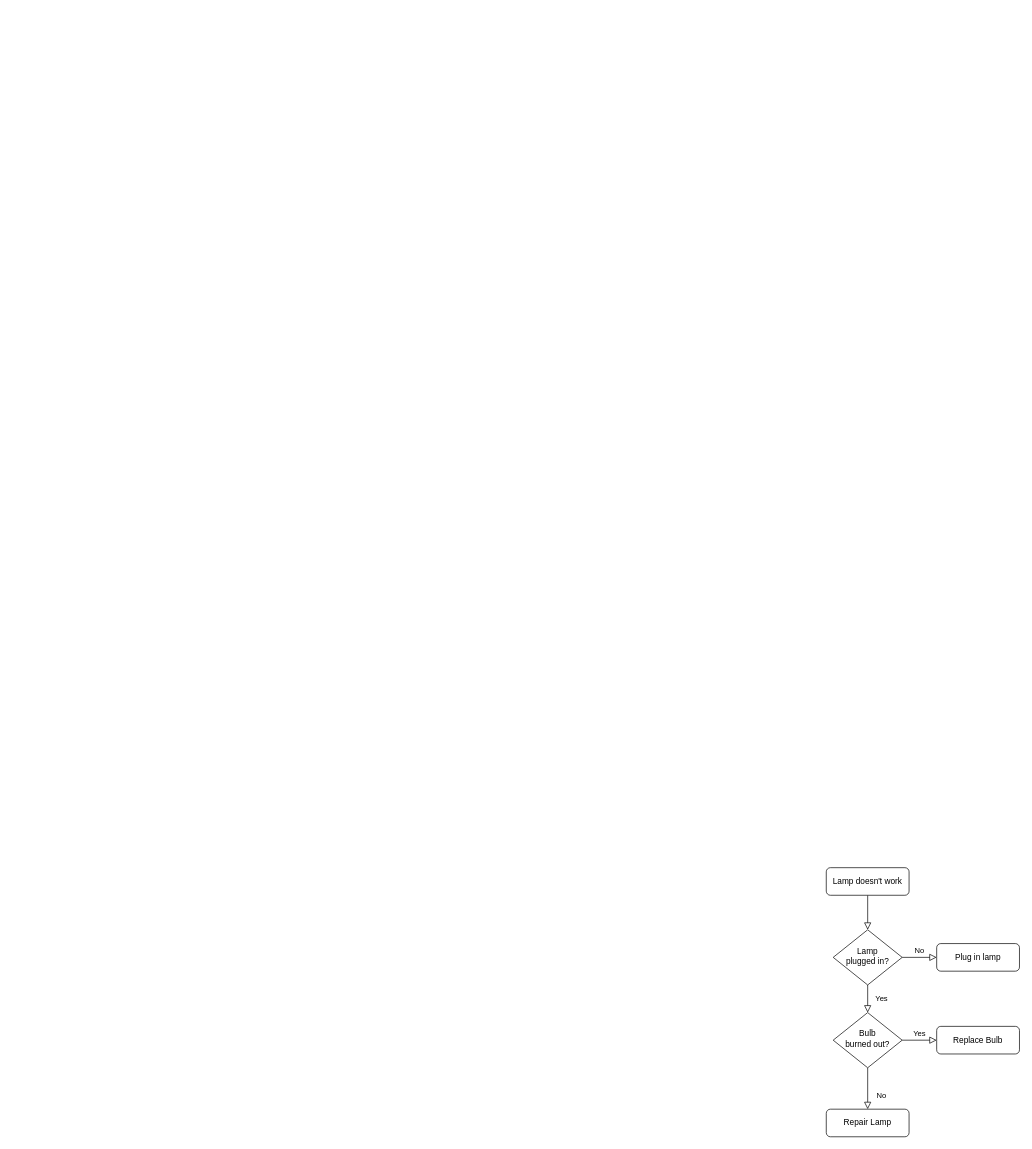
Earlier version of the draw.io diagram 未命名绘图.drawio (58social/tools). Source tidied: cells renumbered, new cells numbered last; positions are measured from the earlier drawing's top-left corner, leaving out a move shared by most shapes. Both pictures are drawn from the tidied source at 69%, with x=0, y=0 at pixel (826, 867).
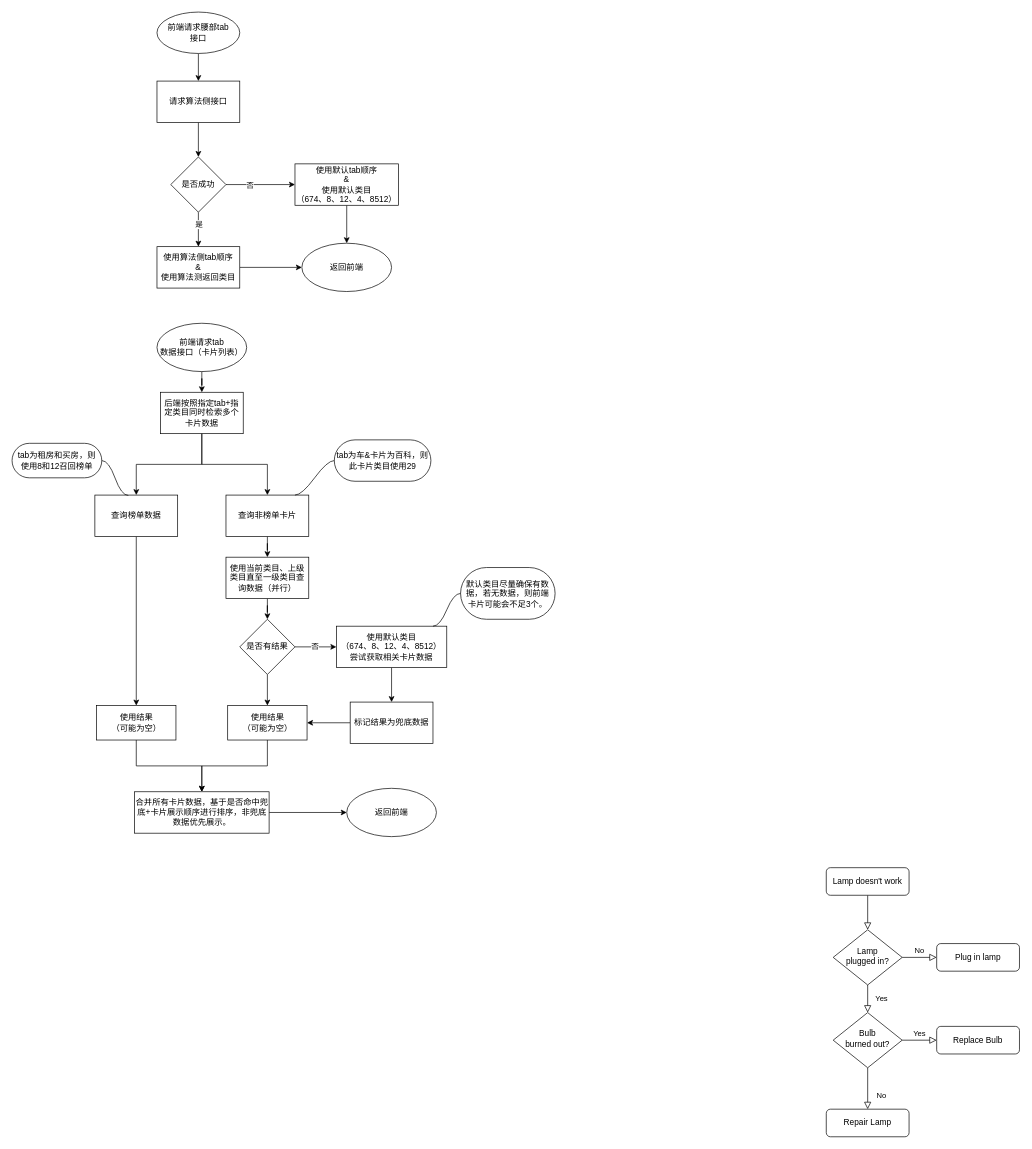
The same diagram, later.

Commit message (it also covers changes not shown here):
更新未命名绘图.drawio

The edit, as a diff of the source:
```diff
@@
+    <mxCell id="13" style="edgeStyle=orthogonalEdgeStyle;rounded=0;jettySize=auto;html=1;" parent="1" edge="1" source="14" target="16">
+      <mxGeometry relative="1" as="geometry" />
+    </mxCell>
+    <mxCell id="14" value="前端请求腰部tab&lt;div&gt;接口&lt;/div&gt;" style="ellipse;whiteSpace=wrap;html=1;" parent="1" vertex="1">
+      <mxGeometry x="-970" y="-1240" width="120" height="60" as="geometry" />
+    </mxCell>
+    <mxCell id="15" style="edgeStyle=orthogonalEdgeStyle;rounded=0;jettySize=auto;html=1;" parent="1" edge="1" source="16" target="21">
+      <mxGeometry relative="1" as="geometry" />
+    </mxCell>
+    <mxCell id="16" value="请求算法侧接口" style="rounded=0;whiteSpace=wrap;html=1;" parent="1" vertex="1">
+      <mxGeometry x="-970" y="-1140" width="120" height="60" as="geometry" />
+    </mxCell>
+    <mxCell id="17" style="edgeStyle=orthogonalEdgeStyle;rounded=0;jettySize=auto;html=1;" parent="1" edge="1" source="21" target="23">
+      <mxGeometry relative="1" as="geometry" />
+    </mxCell>
+    <mxCell id="18" value="否" style="edgeLabel;html=1;align=center;verticalAlign=middle;" parent="17" vertex="1">
+      <mxGeometry x="-0.32" relative="1" as="geometry" />
+    </mxCell>
+    <mxCell id="19" style="edgeStyle=orthogonalEdgeStyle;rounded=0;jettySize=auto;html=1;" parent="1" edge="1" source="21" target="25">
+      <mxGeometry relative="1" as="geometry" />
+    </mxCell>
+    <mxCell id="20" value="是" style="edgeLabel;html=1;align=center;verticalAlign=middle;" parent="19" vertex="1">
+      <mxGeometry x="-0.33" relative="1" as="geometry" />
+    </mxCell>
+    <mxCell id="21" value="是否成功" style="rhombus;whiteSpace=wrap;html=1;rounded=0;" parent="1" vertex="1">
+      <mxGeometry x="-950" y="-1030" width="80" height="80" as="geometry" />
+    </mxCell>
+    <mxCell id="22" style="edgeStyle=orthogonalEdgeStyle;rounded=0;jettySize=auto;html=1;" parent="1" edge="1" source="23" target="26">
+      <mxGeometry relative="1" as="geometry" />
+    </mxCell>
+    <mxCell id="23" value="&lt;div&gt;使用默认tab顺序&lt;br&gt;&amp;amp;&lt;/div&gt;使用默认类目&lt;div&gt;（674、8、12、4、8512）&lt;/div&gt;" style="whiteSpace=wrap;html=1;rounded=0;" parent="1" vertex="1">
+      <mxGeometry x="-770" y="-1020" width="150" height="60" as="geometry" />
+    </mxCell>
+    <mxCell id="24" style="edgeStyle=orthogonalEdgeStyle;rounded=0;jettySize=auto;html=1;" parent="1" edge="1" source="25" target="26">
+      <mxGeometry relative="1" as="geometry" />
+    </mxCell>
+    <mxCell id="25" value="&lt;div&gt;使用算法侧tab顺序&lt;/div&gt;&lt;div&gt;&amp;amp;&lt;/div&gt;使用算法测返回类目" style="whiteSpace=wrap;html=1;rounded=0;" parent="1" vertex="1">
+      <mxGeometry x="-970" y="-900" width="120" height="60" as="geometry" />
+    </mxCell>
+    <mxCell id="26" value="返回前端" style="ellipse;whiteSpace=wrap;html=1;" parent="1" vertex="1">
+      <mxGeometry x="-760" y="-905" width="130" height="70" as="geometry" />
+    </mxCell>
+    <mxCell id="27" style="edgeStyle=orthogonalEdgeStyle;rounded=0;jettySize=auto;html=1;" parent="1" edge="1" source="28" target="30">
+      <mxGeometry relative="1" as="geometry" />
+    </mxCell>
+    <mxCell id="28" value="前端请求tab&lt;div&gt;数据接口（卡片列表）&lt;/div&gt;" style="ellipse;whiteSpace=wrap;html=1;" parent="1" vertex="1">
+      <mxGeometry x="-970" y="-789" width="130" height="70" as="geometry" />
+    </mxCell>
+    <mxCell id="29" style="edgeStyle=orthogonalEdgeStyle;rounded=0;jettySize=auto;html=1;" parent="1" edge="1" source="30" target="34">
+      <mxGeometry relative="1" as="geometry" />
+    </mxCell>
+    <mxCell id="30" value="后端按照指定tab+指定类目同时检索多个卡片数据" style="rounded=0;whiteSpace=wrap;html=1;" parent="1" vertex="1">
+      <mxGeometry x="-965" y="-689" width="120" height="60" as="geometry" />
+    </mxCell>
+    <mxCell id="31" style="edgeStyle=orthogonalEdgeStyle;rounded=0;jettySize=auto;html=1;" parent="1" edge="1" source="32" target="53">
+      <mxGeometry relative="1" as="geometry" />
+    </mxCell>
+    <mxCell id="32" value="查询榜单数据" style="rounded=0;whiteSpace=wrap;html=1;" parent="1" vertex="1">
+      <mxGeometry x="-1060" y="-540" width="120" height="60" as="geometry" />
+    </mxCell>
+    <mxCell id="33" style="edgeStyle=orthogonalEdgeStyle;rounded=0;jettySize=auto;html=1;" parent="1" edge="1" source="34" target="37">
+      <mxGeometry relative="1" as="geometry" />
+    </mxCell>
+    <mxCell id="34" value="查询非榜单卡片" style="rounded=0;whiteSpace=wrap;html=1;" parent="1" vertex="1">
+      <mxGeometry x="-870" y="-540" width="120" height="60" as="geometry" />
+    </mxCell>
+    <mxCell id="35" style="edgeStyle=orthogonalEdgeStyle;rounded=0;jettySize=auto;html=1;exitX=0.5;exitY=1;exitDx=0;exitDy=0;entryX=0.5;entryY=0;entryDx=0;entryDy=0;" parent="1" edge="1" source="30" target="32">
+      <mxGeometry relative="1" as="geometry" />
+    </mxCell>
+    <mxCell id="36" style="edgeStyle=orthogonalEdgeStyle;rounded=0;jettySize=auto;html=1;" parent="1" edge="1" source="37" target="41">
+      <mxGeometry relative="1" as="geometry" />
+    </mxCell>
+    <mxCell id="37" value="使用当前类目、上级类目直至一级类目查询数据（并行）" style="rounded=0;whiteSpace=wrap;html=1;" parent="1" vertex="1">
+      <mxGeometry x="-870" y="-450" width="120" height="60" as="geometry" />
+    </mxCell>
+    <mxCell id="38" style="edgeStyle=orthogonalEdgeStyle;rounded=0;jettySize=auto;html=1;" parent="1" edge="1" source="41" target="43">
+      <mxGeometry relative="1" as="geometry" />
+    </mxCell>
+    <mxCell id="39" value="否" style="edgeLabel;html=1;align=center;verticalAlign=middle;" parent="38" vertex="1">
+      <mxGeometry x="-0.06" y="1" relative="1" as="geometry" />
+    </mxCell>
+    <mxCell id="40" style="edgeStyle=orthogonalEdgeStyle;rounded=0;jettySize=auto;html=1;" parent="1" edge="1" source="41" target="49">
+      <mxGeometry relative="1" as="geometry" />
+    </mxCell>
+    <mxCell id="41" value="是否有结果" style="rhombus;whiteSpace=wrap;html=1;rounded=0;" parent="1" vertex="1">
+      <mxGeometry x="-850" y="-360" width="80" height="80" as="geometry" />
+    </mxCell>
+    <mxCell id="42" style="edgeStyle=orthogonalEdgeStyle;rounded=0;jettySize=auto;html=1;" parent="1" edge="1" source="43" target="51">
+      <mxGeometry relative="1" as="geometry" />
+    </mxCell>
+    <mxCell id="43" value="使用默认类目&lt;div&gt;（674、8、12、4、8512）&lt;div&gt;尝试获取相关卡片数据&lt;/div&gt;&lt;/div&gt;" style="whiteSpace=wrap;html=1;rounded=0;" parent="1" vertex="1">
+      <mxGeometry x="-710" y="-350" width="160" height="60" as="geometry" />
+    </mxCell>
+    <mxCell id="44" value="tab为车&amp;amp;卡片为百科，则此卡片类目使用29" style="whiteSpace=wrap;html=1;rounded=1;arcSize=50;align=center;verticalAlign=middle;strokeWidth=1;spacing=4;newEdgeStyle={&quot;edgeStyle&quot;:&quot;entityRelationEdgeStyle&quot;,&quot;startArrow&quot;:&quot;none&quot;,&quot;endArrow&quot;:&quot;none&quot;,&quot;segment&quot;:10,&quot;curved&quot;:1,&quot;sourcePerimeterSpacing&quot;:0,&quot;targetPerimeterSpacing&quot;:0};" parent="1" vertex="1">
+      <mxGeometry x="-713" y="-620" width="140" height="60" as="geometry" />
+    </mxCell>
+    <mxCell id="45" style="edgeStyle=entityRelationEdgeStyle;startArrow=none;endArrow=none;segment=10;curved=1;sourcePerimeterSpacing=0;targetPerimeterSpacing=0;rounded=0;" parent="1" edge="1" target="44">
+      <mxGeometry relative="1" as="geometry">
+        <mxPoint x="-770" y="-540" as="sourcePoint" />
+      </mxGeometry>
+    </mxCell>
+    <mxCell id="46" value="tab为租房和买房，则使用8和12召回榜单" style="whiteSpace=wrap;html=1;rounded=1;arcSize=50;align=center;verticalAlign=middle;strokeWidth=1;spacing=4;newEdgeStyle={&quot;edgeStyle&quot;:&quot;entityRelationEdgeStyle&quot;,&quot;startArrow&quot;:&quot;none&quot;,&quot;endArrow&quot;:&quot;none&quot;,&quot;segment&quot;:10,&quot;curved&quot;:1,&quot;sourcePerimeterSpacing&quot;:0,&quot;targetPerimeterSpacing&quot;:0};" parent="1" vertex="1">
+      <mxGeometry x="-1180" y="-615" width="130" height="50" as="geometry" />
+    </mxCell>
+    <mxCell id="47" style="edgeStyle=entityRelationEdgeStyle;startArrow=none;endArrow=none;segment=10;curved=1;sourcePerimeterSpacing=0;targetPerimeterSpacing=0;rounded=0;exitX=0.404;exitY=0.009;exitDx=0;exitDy=0;exitPerimeter=0;" parent="1" edge="1" source="32" target="46">
+      <mxGeometry relative="1" as="geometry">
+        <Array as="points">
+          <mxPoint x="-1010" y="-540" />
+          <mxPoint x="-1020" y="-540" />
+          <mxPoint x="-1020" y="-540" />
+        </Array>
+      </mxGeometry>
+    </mxCell>
+    <mxCell id="48" style="edgeStyle=orthogonalEdgeStyle;rounded=0;jettySize=auto;html=1;" parent="1" edge="1" source="49" target="55">
+      <mxGeometry relative="1" as="geometry" />
+    </mxCell>
+    <mxCell id="49" value="使用结果&lt;div&gt;（可能为空）&lt;/div&gt;" style="whiteSpace=wrap;html=1;rounded=0;" parent="1" vertex="1">
+      <mxGeometry x="-867.5" y="-235" width="115" height="50" as="geometry" />
+    </mxCell>
+    <mxCell id="50" style="edgeStyle=orthogonalEdgeStyle;rounded=0;jettySize=auto;html=1;" parent="1" edge="1" source="51" target="49">
+      <mxGeometry relative="1" as="geometry" />
+    </mxCell>
+    <mxCell id="51" value="标记结果为兜底数据" style="whiteSpace=wrap;html=1;rounded=0;" parent="1" vertex="1">
+      <mxGeometry x="-690" y="-240" width="120" height="60" as="geometry" />
+    </mxCell>
+    <mxCell id="52" style="edgeStyle=orthogonalEdgeStyle;rounded=0;jettySize=auto;html=1;" parent="1" edge="1" source="53" target="55">
+      <mxGeometry relative="1" as="geometry" />
+    </mxCell>
+    <mxCell id="53" value="使用结果&lt;div&gt;（可能为空）&lt;/div&gt;" style="whiteSpace=wrap;html=1;rounded=0;" parent="1" vertex="1">
+      <mxGeometry x="-1057.5" y="-235" width="115" height="50" as="geometry" />
+    </mxCell>
+    <mxCell id="54" style="edgeStyle=orthogonalEdgeStyle;rounded=0;jettySize=auto;html=1;" parent="1" edge="1" source="55" target="56">
+      <mxGeometry relative="1" as="geometry" />
+    </mxCell>
+    <mxCell id="55" value="合并所有卡片数据，基于是否命中兜底+卡片展示顺序进行排序，非兜底数据优先展示。" style="whiteSpace=wrap;html=1;rounded=0;" parent="1" vertex="1">
+      <mxGeometry x="-1002.5" y="-110" width="195" height="60" as="geometry" />
+    </mxCell>
+    <mxCell id="56" value="返回前端" style="ellipse;whiteSpace=wrap;html=1;" parent="1" vertex="1">
+      <mxGeometry x="-695" y="-115" width="130" height="70" as="geometry" />
+    </mxCell>
+    <mxCell id="57" value="默认类目尽量确保有数据，若无数据，则前端卡片可能会不足3个。" style="whiteSpace=wrap;html=1;rounded=1;arcSize=50;align=center;verticalAlign=middle;strokeWidth=1;spacing=4;newEdgeStyle={&quot;edgeStyle&quot;:&quot;entityRelationEdgeStyle&quot;,&quot;startArrow&quot;:&quot;none&quot;,&quot;endArrow&quot;:&quot;none&quot;,&quot;segment&quot;:10,&quot;curved&quot;:1,&quot;sourcePerimeterSpacing&quot;:0,&quot;targetPerimeterSpacing&quot;:0};" parent="1" vertex="1">
+      <mxGeometry x="-530" y="-435" width="137" height="75" as="geometry" />
+    </mxCell>
+    <mxCell id="58" style="edgeStyle=entityRelationEdgeStyle;startArrow=none;endArrow=none;segment=10;curved=1;sourcePerimeterSpacing=0;targetPerimeterSpacing=0;rounded=0;" parent="1" edge="1" target="57">
+      <mxGeometry relative="1" as="geometry">
+        <mxPoint x="-570" y="-350" as="sourcePoint" />
+      </mxGeometry>
+    </mxCell>
```
